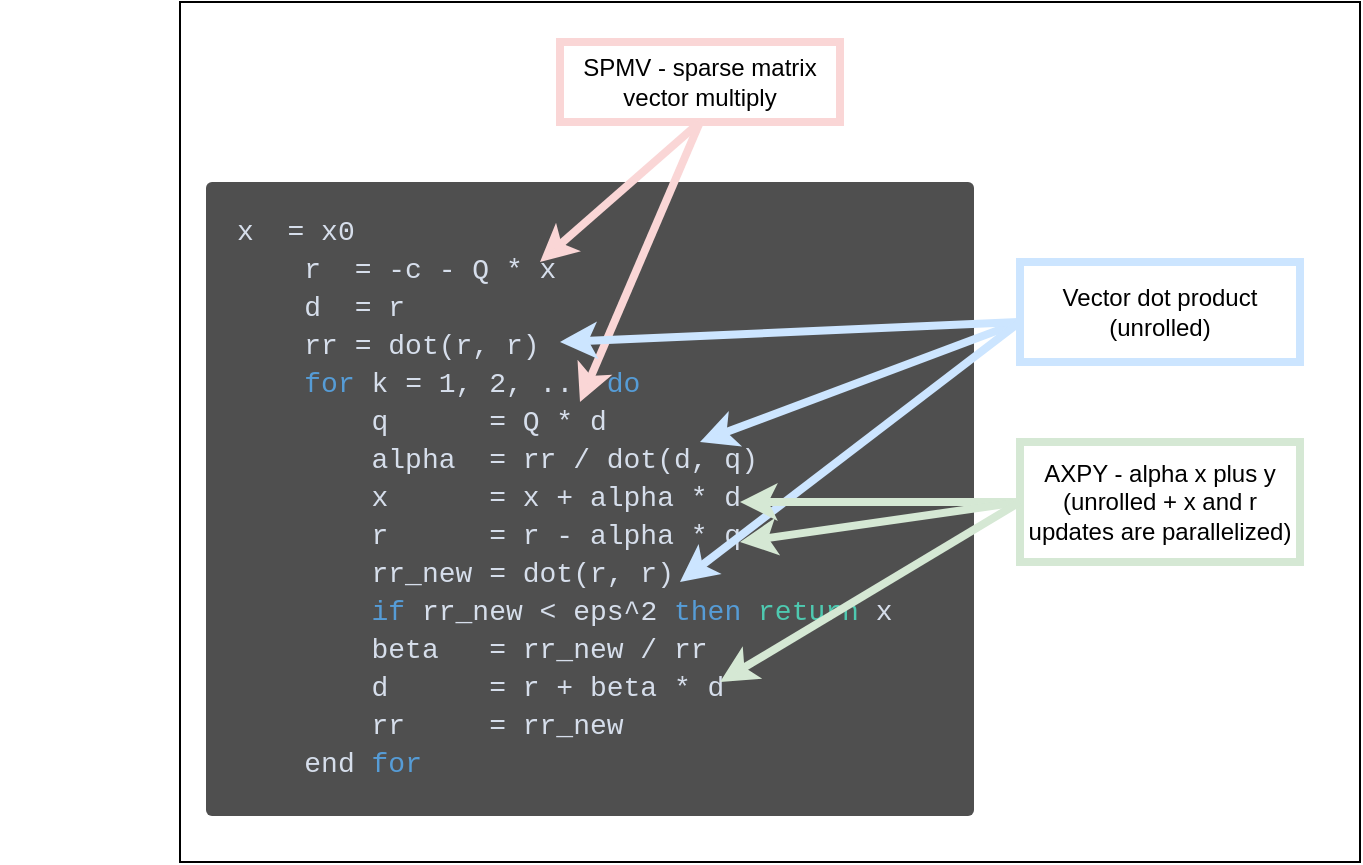
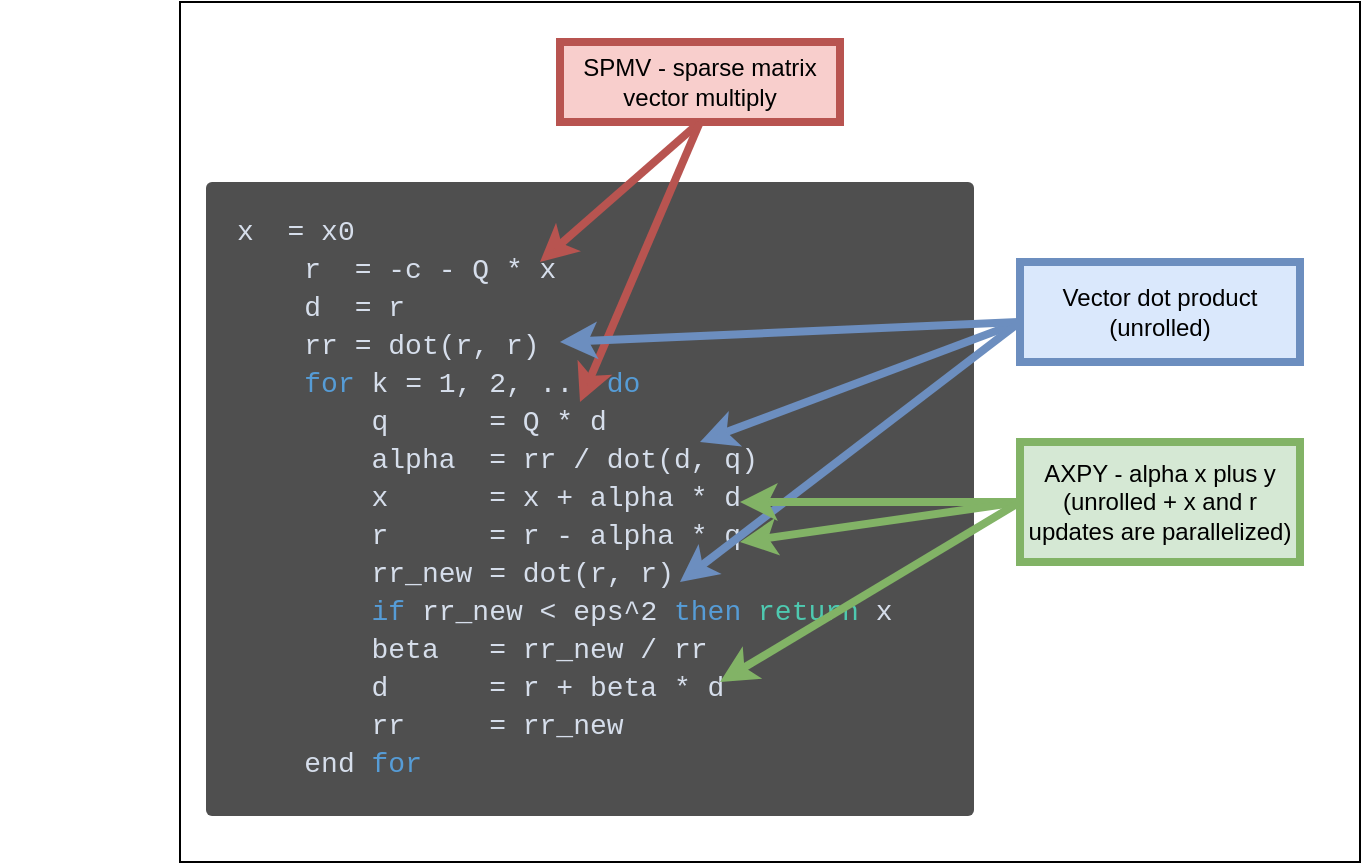
<mxfile host="Electron">
  <diagram name="Page-1" id="XKNB8ChfOCc6huX8trIr">
    <mxGraphModel dx="1876" dy="610" grid="1" gridSize="10" guides="0" tooltips="1" connect="0" arrows="0" fold="1" page="1" pageScale="1" pageWidth="850" pageHeight="1100" math="0" shadow="0">
      <root>
        <mxCell id="0" />
        <mxCell id="1" parent="0" />
        <mxCell id="qJGjXgO61c89KrnCxxDy-15" parent="1" style="rounded=0;whiteSpace=wrap;html=1;" value="" vertex="1">
          <mxGeometry height="430" width="590" x="80" y="60" as="geometry" />
        </mxCell>
        <mxCell id="qJGjXgO61c89KrnCxxDy-1" parent="1" style="text;html=1;whiteSpace=wrap;strokeColor=none;fillColor=none;align=center;verticalAlign=middle;rounded=0;movable=0;resizable=0;rotatable=0;deletable=0;editable=0;locked=1;connectable=0;" value="&lt;pre style=&quot;margin-top: 0px; background-color: rgb(79, 79, 79); border-color: rgb(214, 222, 235); border-style: none; border-width: 0px; border-image: none 100% / 1 / 0 stretch; padding: 16px; border-radius: 3px; overflow: auto; text-wrap-mode: wrap; color: rgb(214, 222, 235); font-size: 14px; text-align: start;&quot;&gt;&lt;code data-line=&quot;21&quot; class=&quot;code-line language-bash code-active-line&quot; dir=&quot;auto&quot; style=&quot;font-family: Consolas, &amp;quot;Courier New&amp;quot;, monospace; background: none; padding: 0px; border-radius: 4px; font-size: 1em; line-height: 1.357em; display: inline-block; tab-size: 4; position: relative;&quot;&gt;x  = x0&lt;br&gt;    r  = -c - Q * x                       &lt;br&gt;    d  = r&lt;br&gt;    rr = dot(r, r)                        &lt;br&gt;    &lt;span class=&quot;hljs-keyword&quot; style=&quot;color: rgb(86, 156, 214);&quot;&gt;for&lt;/span&gt; k = 1, 2, ... &lt;span class=&quot;hljs-keyword&quot; style=&quot;color: rgb(86, 156, 214);&quot;&gt;do&lt;/span&gt;                  &lt;br&gt;        q      = Q * d                    &lt;br&gt;        alpha  = rr / dot(d, q)           &lt;br&gt;        x      = x + alpha * d            &lt;br&gt;        r      = r - alpha * q            &lt;br&gt;        rr_new = dot(r, r)                &lt;br&gt;        &lt;span class=&quot;hljs-keyword&quot; style=&quot;color: rgb(86, 156, 214);&quot;&gt;if&lt;/span&gt; rr_new &amp;lt; eps^2 &lt;span class=&quot;hljs-keyword&quot; style=&quot;color: rgb(86, 156, 214);&quot;&gt;then&lt;/span&gt; &lt;span class=&quot;hljs-built_in&quot; style=&quot;color: rgb(78, 201, 176);&quot;&gt;return&lt;/span&gt; x&lt;br&gt;        beta   = rr_new / rr&lt;br&gt;        d      = r + beta * d             &lt;br&gt;        rr     = rr_new&lt;br&gt;    end &lt;span class=&quot;hljs-keyword&quot; style=&quot;color: rgb(86, 156, 214);&quot;&gt;for&lt;/span&gt; &lt;/code&gt;&lt;/pre&gt;" vertex="1">
          <mxGeometry height="30" width="590" x="-10" y="300" as="geometry" />
        </mxCell>
-         <mxCell id="qJGjXgO61c89KrnCxxDy-2" edge="1" parent="1" style="endArrow=classic;html=1;rounded=0;strokeColor=#FAD6D6;strokeWidth=4;" value="">
+         <mxCell id="qJGjXgO61c89KrnCxxDy-2" edge="1" parent="1" style="endArrow=classic;html=1;rounded=0;strokeColor=#b85450;strokeWidth=4;fillColor=#f8cecc;" value="">
          <mxGeometry height="50" relative="1" width="50" as="geometry">
            <mxPoint x="340" y="120" as="sourcePoint" />
            <mxPoint x="260" y="190" as="targetPoint" />
          </mxGeometry>
        </mxCell>
-         <mxCell id="qJGjXgO61c89KrnCxxDy-4" parent="1" style="text;html=1;whiteSpace=wrap;strokeColor=#FAD6D6;fillColor=none;align=center;verticalAlign=middle;rounded=0;strokeWidth=4;" value="SPMV - sparse matrix vector multiply" vertex="1">
+         <mxCell id="qJGjXgO61c89KrnCxxDy-4" parent="1" style="text;html=1;whiteSpace=wrap;strokeColor=#b85450;fillColor=#f8cecc;align=center;verticalAlign=middle;rounded=0;strokeWidth=4;" value="SPMV - sparse matrix vector multiply" vertex="1">
          <mxGeometry height="40" width="140" x="270" y="80" as="geometry" />
        </mxCell>
-         <mxCell id="qJGjXgO61c89KrnCxxDy-5" edge="1" parent="1" source="qJGjXgO61c89KrnCxxDy-4" style="endArrow=classic;html=1;rounded=0;exitX=0.5;exitY=1;exitDx=0;exitDy=0;strokeColor=#FAD6D6;strokeWidth=4;" value="">
+         <mxCell id="qJGjXgO61c89KrnCxxDy-5" edge="1" parent="1" source="qJGjXgO61c89KrnCxxDy-4" style="endArrow=classic;html=1;rounded=0;exitX=0.5;exitY=1;exitDx=0;exitDy=0;strokeColor=#b85450;strokeWidth=4;fillColor=#f8cecc;" value="">
          <mxGeometry height="50" relative="1" width="50" as="geometry">
            <mxPoint x="350" y="130" as="sourcePoint" />
            <mxPoint x="280" y="260" as="targetPoint" />
          </mxGeometry>
        </mxCell>
-         <mxCell id="qJGjXgO61c89KrnCxxDy-6" edge="1" parent="1" style="endArrow=classic;html=1;rounded=0;strokeColor=#CCE5FF;strokeWidth=4;" value="">
+         <mxCell id="qJGjXgO61c89KrnCxxDy-6" edge="1" parent="1" style="endArrow=classic;html=1;rounded=0;strokeColor=#6c8ebf;strokeWidth=4;fillColor=#dae8fc;" value="">
          <mxGeometry height="50" relative="1" width="50" as="geometry">
            <mxPoint x="500" y="220" as="sourcePoint" />
            <mxPoint x="340" y="280" as="targetPoint" />
          </mxGeometry>
        </mxCell>
-         <mxCell id="qJGjXgO61c89KrnCxxDy-7" edge="1" parent="1" style="endArrow=classic;html=1;rounded=0;strokeColor=#CCE5FF;strokeWidth=4;" value="">
+         <mxCell id="qJGjXgO61c89KrnCxxDy-7" edge="1" parent="1" style="endArrow=classic;html=1;rounded=0;strokeColor=#6c8ebf;strokeWidth=4;fillColor=#dae8fc;" value="">
          <mxGeometry height="50" relative="1" width="50" as="geometry">
            <mxPoint x="500" y="220" as="sourcePoint" />
            <mxPoint x="270" y="230" as="targetPoint" />
          </mxGeometry>
        </mxCell>
-         <mxCell id="qJGjXgO61c89KrnCxxDy-8" edge="1" parent="1" style="endArrow=classic;html=1;rounded=0;strokeColor=#CCE5FF;strokeWidth=4;" value="">
+         <mxCell id="qJGjXgO61c89KrnCxxDy-8" edge="1" parent="1" style="endArrow=classic;html=1;rounded=0;strokeColor=#6c8ebf;strokeWidth=4;fillColor=#dae8fc;" value="">
          <mxGeometry height="50" relative="1" width="50" as="geometry">
            <mxPoint x="500" y="220" as="sourcePoint" />
            <mxPoint x="330" y="350" as="targetPoint" />
          </mxGeometry>
        </mxCell>
-         <mxCell id="qJGjXgO61c89KrnCxxDy-9" parent="1" style="text;html=1;whiteSpace=wrap;strokeColor=#CCE5FF;fillColor=none;align=center;verticalAlign=middle;rounded=0;strokeWidth=4;" value="Vector dot product (unrolled)" vertex="1">
+         <mxCell id="qJGjXgO61c89KrnCxxDy-9" parent="1" style="text;html=1;whiteSpace=wrap;strokeColor=#6c8ebf;fillColor=#dae8fc;align=center;verticalAlign=middle;rounded=0;strokeWidth=4;" value="Vector dot product (unrolled)" vertex="1">
          <mxGeometry height="50" width="140" x="500" y="190" as="geometry" />
        </mxCell>
-         <mxCell id="qJGjXgO61c89KrnCxxDy-10" edge="1" parent="1" style="endArrow=classic;html=1;rounded=0;strokeColor=#D5E8D4;strokeWidth=4;" value="">
+         <mxCell id="qJGjXgO61c89KrnCxxDy-10" edge="1" parent="1" style="endArrow=classic;html=1;rounded=0;strokeColor=#82b366;strokeWidth=4;fillColor=#d5e8d4;" value="">
          <mxGeometry height="50" relative="1" width="50" as="geometry">
            <mxPoint x="500" y="310" as="sourcePoint" />
            <mxPoint x="360" y="310" as="targetPoint" />
          </mxGeometry>
        </mxCell>
-         <mxCell id="qJGjXgO61c89KrnCxxDy-11" edge="1" parent="1" style="endArrow=classic;html=1;rounded=0;strokeColor=#D5E8D4;strokeWidth=4;" value="">
+         <mxCell id="qJGjXgO61c89KrnCxxDy-11" edge="1" parent="1" style="endArrow=classic;html=1;rounded=0;strokeColor=#82b366;strokeWidth=4;fillColor=#d5e8d4;" value="">
          <mxGeometry height="50" relative="1" width="50" as="geometry">
            <mxPoint x="500" y="310" as="sourcePoint" />
            <mxPoint x="360" y="330" as="targetPoint" />
          </mxGeometry>
        </mxCell>
-         <mxCell id="qJGjXgO61c89KrnCxxDy-12" parent="1" style="text;html=1;whiteSpace=wrap;strokeColor=#D5E8D4;fillColor=none;align=center;verticalAlign=middle;rounded=0;strokeWidth=4;" value="AXPY - alpha x plus y (unrolled + x and r updates are parallelized)" vertex="1">
+         <mxCell id="qJGjXgO61c89KrnCxxDy-12" parent="1" style="text;html=1;whiteSpace=wrap;strokeColor=#82b366;fillColor=#d5e8d4;align=center;verticalAlign=middle;rounded=0;strokeWidth=4;" value="AXPY - alpha x plus y (unrolled + x and r updates are parallelized)" vertex="1">
          <mxGeometry height="60" width="140" x="500" y="280" as="geometry" />
        </mxCell>
-         <mxCell id="qJGjXgO61c89KrnCxxDy-14" edge="1" parent="1" style="endArrow=classic;html=1;rounded=0;strokeColor=#D5E8D4;strokeWidth=4;" value="">
+         <mxCell id="qJGjXgO61c89KrnCxxDy-14" edge="1" parent="1" style="endArrow=classic;html=1;rounded=0;strokeColor=#82b366;strokeWidth=4;fillColor=#d5e8d4;" value="">
          <mxGeometry height="50" relative="1" width="50" as="geometry">
            <mxPoint x="500" y="310" as="sourcePoint" />
            <mxPoint x="350" y="400" as="targetPoint" />
          </mxGeometry>
        </mxCell>
      </root>
    </mxGraphModel>
  </diagram>
</mxfile>
